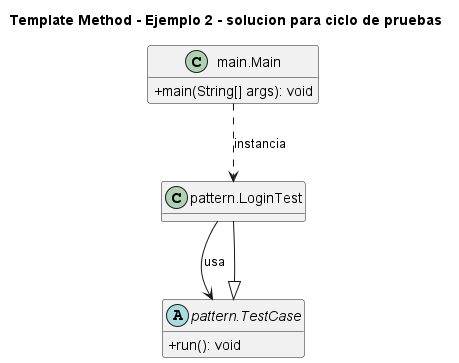
Earlier version of the PlantUML export 3. Comportamentales/Template Method/Ejemplo 2 - solucion para ciclo de pruebas/UML.png (NicoCG32/Patrones-de-Software-y-Programacion-UCN). The source it was exported from:
```plantuml
@startuml
title Template Method - Ejemplo 2 - solucion para ciclo de pruebas
skinparam classAttributeIconSize 0
hide empty fields
class "main.Main" as main_Main {
  +main(String[] args): void
}
class "pattern.LoginTest" as pattern_LoginTest {
}
abstract class "pattern.TestCase" as pattern_TestCase {
  +run(): void
}
pattern_TestCase <|-- pattern_LoginTest
main_Main ..> pattern_LoginTest : instancia
pattern_LoginTest --> pattern_TestCase : usa
@enduml
```
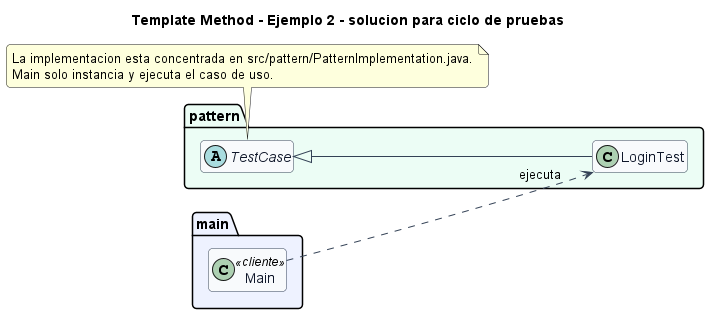
Above is the later version.

Diff of the diagram source:
```diff
@@ -1,16 +1,34 @@
 @startuml
 title Template Method - Ejemplo 2 - solucion para ciclo de pruebas
+left to right direction
+skinparam backgroundColor #FFFFFF
+skinparam shadowing false
+skinparam roundcorner 8
 skinparam classAttributeIconSize 0
-hide empty fields
-class "main.Main" as main_Main {
-  +main(String[] args): void
+skinparam class {
+  BackgroundColor #F8FAFC
+  BorderColor #334155
+  ArrowColor #334155
+  FontColor #0F172A
 }
-class "pattern.LoginTest" as pattern_LoginTest {
+hide empty members
+
+package "main" #EEF2FF {
+  class Main <<cliente>>
 }
-abstract class "pattern.TestCase" as pattern_TestCase {
-  +run(): void
+
+package "pattern" #ECFDF5 {
+  class LoginTest {
+  }
+  abstract class TestCase {
+  }
 }
-pattern_TestCase <|-- pattern_LoginTest
-main_Main ..> pattern_LoginTest : instancia
-pattern_LoginTest --> pattern_TestCase : usa
+
+TestCase <|-- LoginTest
+Main ..> LoginTest : ejecuta
+
+note bottom
+La implementacion esta concentrada en src/pattern/PatternImplementation.java.
+Main solo instancia y ejecuta el caso de uso.
+end note
 @enduml
```
